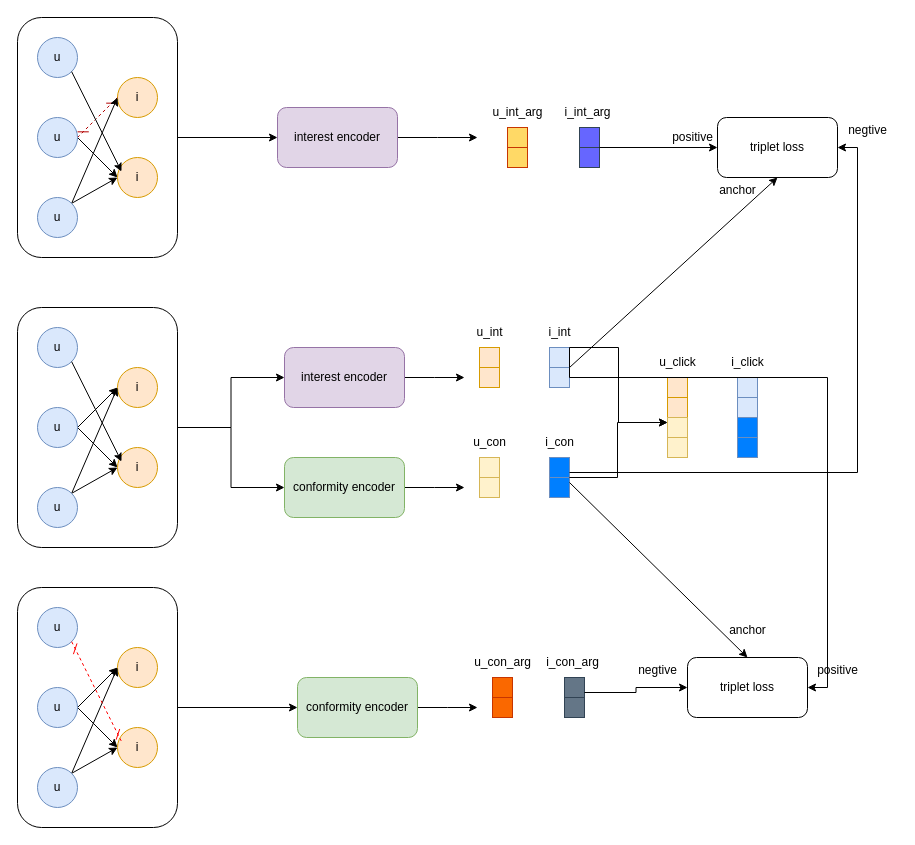
Above: IOFiles/DICE/My_idea_1.drawio in ChenLilStarie/DrawIoFiles (draw.io), before the change. Source tidied: cells renumbered, new cells numbered last; positions are measured from the earlier drawing's top-left corner, leaving out a move shared by most shapes. Both pictures are drawn from the tidied source at 100%, with x=0, y=0 at pixel (17, 17).
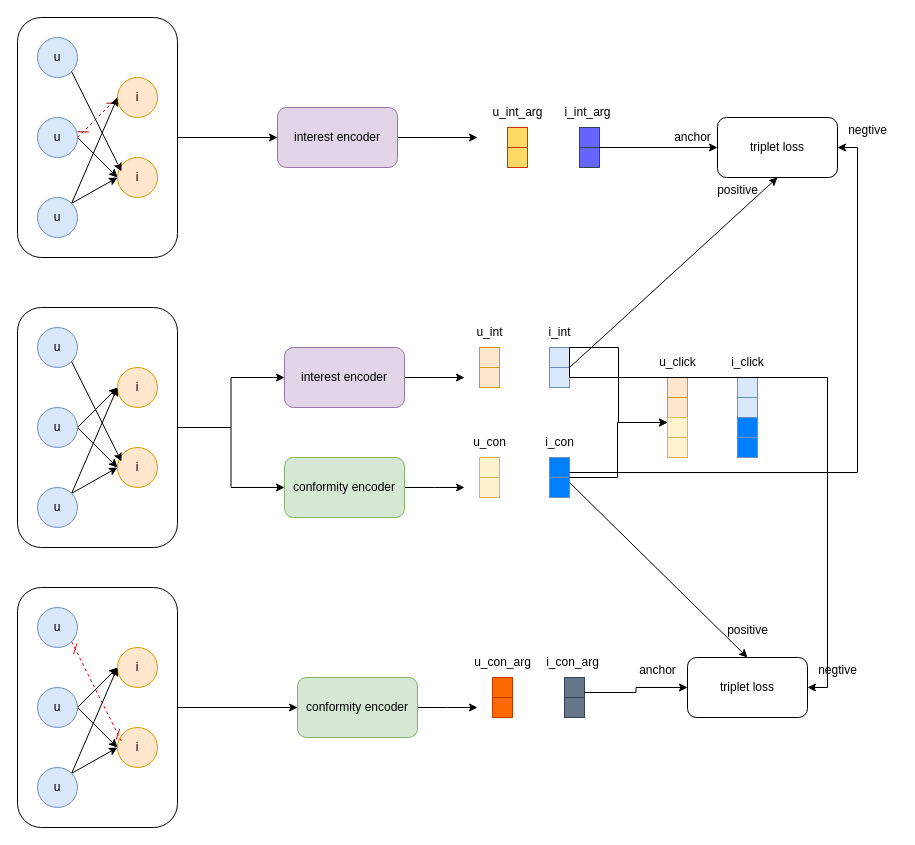
Above is the later version.

What changed in the source:
```diff
@@
-    <mxCell id="98" value="positive" style="text;html=1;align=center;verticalAlign=middle;strokeColor=none;fillColor=none;" parent="1" vertex="1">
+    <mxCell id="98" value="anchor" style="text;html=1;align=center;verticalAlign=middle;strokeColor=none;fillColor=none;" parent="1" vertex="1">
       <mxGeometry x="645" y="105" width="60" height="30" as="geometry" />
     </mxCell>
@@
-    <mxCell id="100" value="anchor" style="text;html=1;align=center;verticalAlign=middle;strokeColor=none;fillColor=none;" parent="1" vertex="1">
+    <mxCell id="100" value="positive" style="text;html=1;align=center;verticalAlign=middle;strokeColor=none;fillColor=none;" parent="1" vertex="1">
       <mxGeometry x="690" y="158" width="60" height="30" as="geometry" />
     </mxCell>
@@
-    <mxCell id="105" value="anchor" style="text;html=1;align=center;verticalAlign=middle;strokeColor=none;fillColor=none;" parent="1" vertex="1">
+    <mxCell id="105" value="positive" style="text;html=1;align=center;verticalAlign=middle;strokeColor=none;fillColor=none;" parent="1" vertex="1">
       <mxGeometry x="700" y="598" width="60" height="30" as="geometry" />
     </mxCell>
@@
-    <mxCell id="107" value="negtive" style="text;html=1;align=center;verticalAlign=middle;strokeColor=none;fillColor=none;" parent="1" vertex="1">
+    <mxCell id="107" value="anchor" style="text;html=1;align=center;verticalAlign=middle;strokeColor=none;fillColor=none;" parent="1" vertex="1">
       <mxGeometry x="610" y="638" width="60" height="30" as="geometry" />
     </mxCell>
@@
-    <mxCell id="109" value="positive" style="text;html=1;align=center;verticalAlign=middle;strokeColor=none;fillColor=none;" parent="1" vertex="1">
+    <mxCell id="109" value="negtive" style="text;html=1;align=center;verticalAlign=middle;strokeColor=none;fillColor=none;" parent="1" vertex="1">
       <mxGeometry x="790" y="638" width="60" height="30" as="geometry" />
     </mxCell>
```
